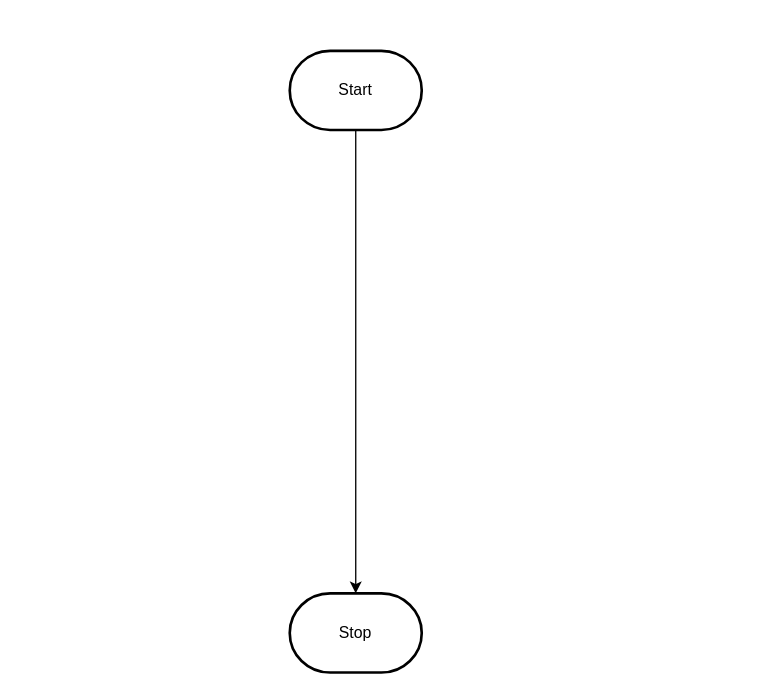
The draw.io diagram design/flowchart.drawio in MTHS-TEJ2O-1-2023/TEJ2O-Unit-5-07-Julianne-Leblanc-Peltier, before the edit. Source tidied: cells renumbered, new cells numbered last; positions are measured from the earlier drawing's top-left corner, leaving out a move shared by most shapes. Both pictures are drawn from the tidied source at 132%, with x=0, y=0 at pixel (289, 50).
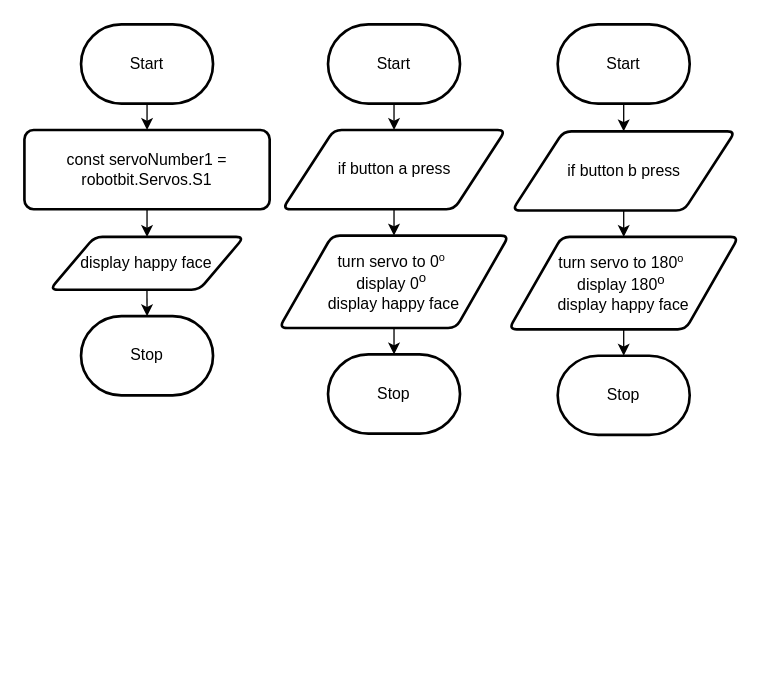
After the change.

Diff of the diagram source:
```diff
@@
-    <mxCell id="2" style="edgeStyle=orthogonalEdgeStyle;html=1;rounded=0;" parent="1" edge="1" source="3" target="4">
+    <mxCell id="2" style="edgeStyle=orthogonalEdgeStyle;html=1;rounded=0;startArrow=none;" parent="1" edge="1" source="10" target="4">
       <mxGeometry relative="1" as="geometry" />
     </mxCell>
+    <mxCell id="5" style="edgeStyle=none;html=1;exitX=0.5;exitY=1;exitDx=0;exitDy=0;exitPerimeter=0;entryX=0.5;entryY=0;entryDx=0;entryDy=0;" parent="1" edge="1" source="3" target="7">
+      <mxGeometry relative="1" as="geometry" />
+    </mxCell>
     <mxCell id="3" value="Start" style="strokeWidth=2;html=1;shape=mxgraph.flowchart.terminator;whiteSpace=wrap;" parent="1" vertex="1">
-      <mxGeometry width="100" height="60" as="geometry" />
+      <mxGeometry x="-158.1" y="-20" width="100" height="60" as="geometry" />
     </mxCell>
     <mxCell id="4" value="Stop" style="strokeWidth=2;html=1;shape=mxgraph.flowchart.terminator;whiteSpace=wrap;" parent="1" vertex="1">
-      <mxGeometry y="411" width="100" height="60" as="geometry" />
+      <mxGeometry x="29" y="230" width="100" height="60" as="geometry" />
     </mxCell>
+    <mxCell id="6" style="edgeStyle=none;html=1;exitX=0.5;exitY=1;exitDx=0;exitDy=0;" parent="1" edge="1" source="7" target="22">
+      <mxGeometry relative="1" as="geometry" />
+    </mxCell>
+    <mxCell id="7" value="const servoNumber1 = robotbit.Servos.S1&lt;br&gt;" style="rounded=1;whiteSpace=wrap;html=1;absoluteArcSize=1;arcSize=14;strokeWidth=2;" parent="1" vertex="1">
+      <mxGeometry x="-201" y="60" width="185.8" height="60" as="geometry" />
+    </mxCell>
+    <mxCell id="8" style="edgeStyle=none;html=1;exitX=0.5;exitY=1;exitDx=0;exitDy=0;entryX=0.5;entryY=0;entryDx=0;entryDy=0;" parent="1" edge="1" source="9" target="10">
+      <mxGeometry relative="1" as="geometry" />
+    </mxCell>
+    <mxCell id="9" value="if button a press" style="shape=parallelogram;html=1;strokeWidth=2;perimeter=parallelogramPerimeter;whiteSpace=wrap;rounded=1;arcSize=12;size=0.23;" parent="1" vertex="1">
+      <mxGeometry x="-5.5" y="60" width="169" height="60" as="geometry" />
+    </mxCell>
+    <mxCell id="10" value="&lt;div&gt;&lt;span style=&quot;background-color: initial;&quot;&gt;turn servo to 0&lt;span style=&quot;font-size: 10px;&quot;&gt;&lt;sup&gt;o&lt;/sup&gt;&lt;/span&gt;&amp;nbsp;&lt;/span&gt;&lt;/div&gt;&lt;div&gt;&lt;span style=&quot;background-color: initial;&quot;&gt;display 0&lt;sup&gt;o&lt;/sup&gt;&lt;/span&gt;&lt;span style=&quot;background-color: initial;&quot;&gt;&amp;nbsp;&lt;/span&gt;&lt;/div&gt;&lt;div&gt;&lt;span style=&quot;background-color: initial;&quot;&gt;display happy face&lt;/span&gt;&lt;/div&gt;" style="shape=parallelogram;html=1;strokeWidth=2;perimeter=parallelogramPerimeter;whiteSpace=wrap;rounded=1;arcSize=12;size=0.23;" parent="1" vertex="1">
+      <mxGeometry x="-8" y="140" width="174" height="70" as="geometry" />
+    </mxCell>
+    <mxCell id="11" style="edgeStyle=orthogonalEdgeStyle;html=1;rounded=0;startArrow=none;" parent="1" edge="1" source="17" target="14">
+      <mxGeometry relative="1" as="geometry" />
+    </mxCell>
+    <mxCell id="12" style="edgeStyle=none;html=1;exitX=0.5;exitY=1;exitDx=0;exitDy=0;exitPerimeter=0;entryX=0.5;entryY=0;entryDx=0;entryDy=0;" parent="1" edge="1" source="13" target="16">
+      <mxGeometry relative="1" as="geometry" />
+    </mxCell>
+    <mxCell id="13" value="Start" style="strokeWidth=2;html=1;shape=mxgraph.flowchart.terminator;whiteSpace=wrap;" parent="1" vertex="1">
+      <mxGeometry x="203" y="-20" width="100" height="60" as="geometry" />
+    </mxCell>
+    <mxCell id="14" value="Stop" style="strokeWidth=2;html=1;shape=mxgraph.flowchart.terminator;whiteSpace=wrap;" parent="1" vertex="1">
+      <mxGeometry x="203" y="231" width="100" height="60" as="geometry" />
+    </mxCell>
+    <mxCell id="15" style="edgeStyle=none;html=1;exitX=0.5;exitY=1;exitDx=0;exitDy=0;entryX=0.5;entryY=0;entryDx=0;entryDy=0;" parent="1" edge="1" source="16" target="17">
+      <mxGeometry relative="1" as="geometry" />
+    </mxCell>
+    <mxCell id="16" value="if button b press" style="shape=parallelogram;html=1;strokeWidth=2;perimeter=parallelogramPerimeter;whiteSpace=wrap;rounded=1;arcSize=12;size=0.23;" parent="1" vertex="1">
+      <mxGeometry x="168.5" y="61" width="169" height="60" as="geometry" />
+    </mxCell>
+    <mxCell id="17" value="&lt;div&gt;&lt;span style=&quot;background-color: initial;&quot;&gt;turn servo to 180&lt;span style=&quot;font-size: 10px;&quot;&gt;&lt;sup&gt;o&lt;/sup&gt;&lt;/span&gt;&amp;nbsp;&lt;/span&gt;&lt;/div&gt;&lt;div&gt;&lt;span style=&quot;background-color: initial;&quot;&gt;display 180&lt;sup&gt;o&lt;/sup&gt;&lt;/span&gt;&lt;span style=&quot;background-color: initial;&quot;&gt;&amp;nbsp;&lt;/span&gt;&lt;/div&gt;&lt;div&gt;&lt;span style=&quot;background-color: initial;&quot;&gt;display happy face&lt;/span&gt;&lt;/div&gt;" style="shape=parallelogram;html=1;strokeWidth=2;perimeter=parallelogramPerimeter;whiteSpace=wrap;rounded=1;arcSize=12;size=0.23;" parent="1" vertex="1">
+      <mxGeometry x="166" y="141" width="174" height="70" as="geometry" />
+    </mxCell>
+    <mxCell id="18" value="Stop" style="strokeWidth=2;html=1;shape=mxgraph.flowchart.terminator;whiteSpace=wrap;" parent="1" vertex="1">
+      <mxGeometry x="-158.1" y="201" width="100" height="60" as="geometry" />
+    </mxCell>
+    <mxCell id="19" style="edgeStyle=none;html=1;entryX=0.5;entryY=0;entryDx=0;entryDy=0;" parent="1" edge="1" source="20" target="9">
+      <mxGeometry relative="1" as="geometry" />
+    </mxCell>
+    <mxCell id="20" value="Start" style="strokeWidth=2;html=1;shape=mxgraph.flowchart.terminator;whiteSpace=wrap;" parent="1" vertex="1">
+      <mxGeometry x="29" y="-20" width="100" height="60" as="geometry" />
+    </mxCell>
+    <mxCell id="21" style="edgeStyle=none;html=1;exitX=0.5;exitY=1;exitDx=0;exitDy=0;entryX=0.5;entryY=0;entryDx=0;entryDy=0;entryPerimeter=0;" parent="1" edge="1" source="22" target="18">
+      <mxGeometry relative="1" as="geometry" />
+    </mxCell>
+    <mxCell id="22" value="display happy face" style="shape=parallelogram;html=1;strokeWidth=2;perimeter=parallelogramPerimeter;whiteSpace=wrap;rounded=1;arcSize=12;size=0.23;" parent="1" vertex="1">
+      <mxGeometry x="-181.7" y="141" width="147.1" height="40" as="geometry" />
+    </mxCell>
```
